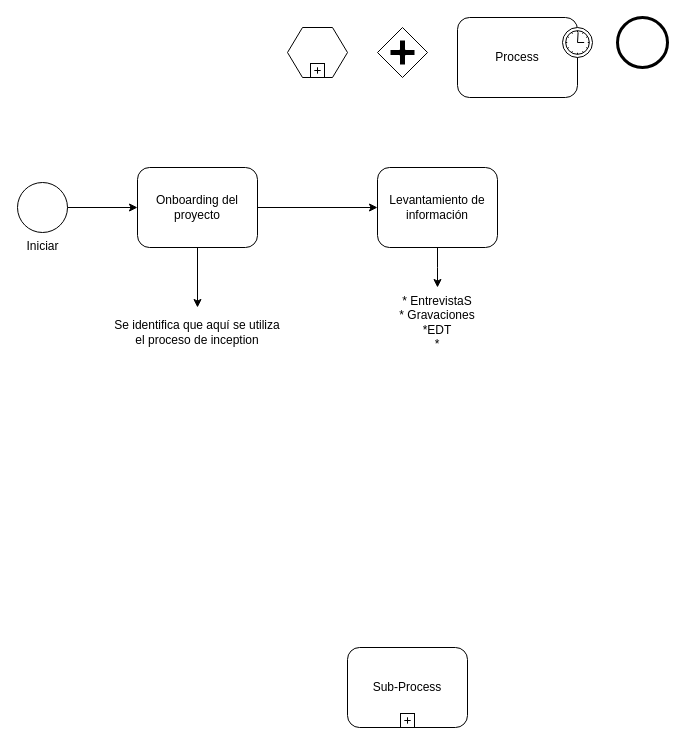
Before: Diagrama sin título.drawio in YOviedo-2402/hello-git, a draw.io diagram. Source tidied: cells renumbered, new cells numbered last; positions are measured from the earlier drawing's top-left corner, leaving out a move shared by most shapes. Both pictures are drawn from the tidied source at 100%, with x=0, y=0 at pixel (17, 17).
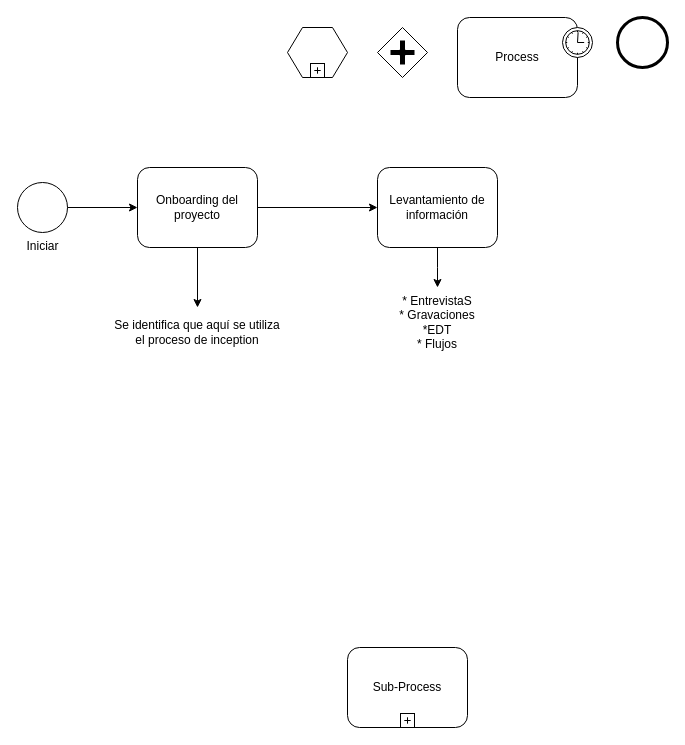
The same diagram, later.

Diff of the diagram source:
```diff
@@
-    <mxCell id="18" value="* EntrevistaS&lt;div&gt;* Gravaciones&lt;/div&gt;&lt;div&gt;*EDT&lt;/div&gt;&lt;div&gt;*&lt;/div&gt;" style="text;html=1;align=center;verticalAlign=middle;whiteSpace=wrap;rounded=0;" parent="1" vertex="1">
+    <mxCell id="18" value="* EntrevistaS&lt;div&gt;* Gravaciones&lt;/div&gt;&lt;div&gt;*EDT&lt;/div&gt;&lt;div&gt;* Flujos&lt;/div&gt;" style="text;html=1;align=center;verticalAlign=middle;whiteSpace=wrap;rounded=0;" parent="1" vertex="1">
       <mxGeometry x="370" y="270" width="100" height="70" as="geometry" />
     </mxCell>
```
